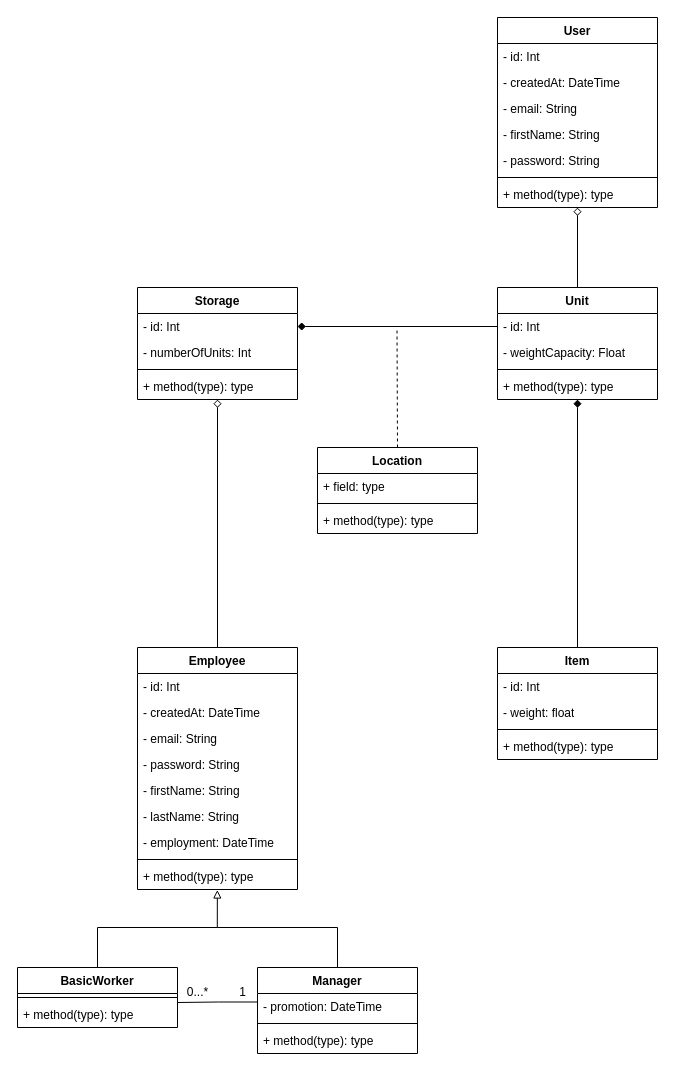
Above: UML.drawio in DimeuWasTaken/SOA (draw.io), before the change. Source tidied: cells renumbered, new cells numbered last; positions are measured from the earlier drawing's top-left corner, leaving out a move shared by most shapes. Both pictures are drawn from the tidied source at 100%, with x=0, y=0 at pixel (17, 17).
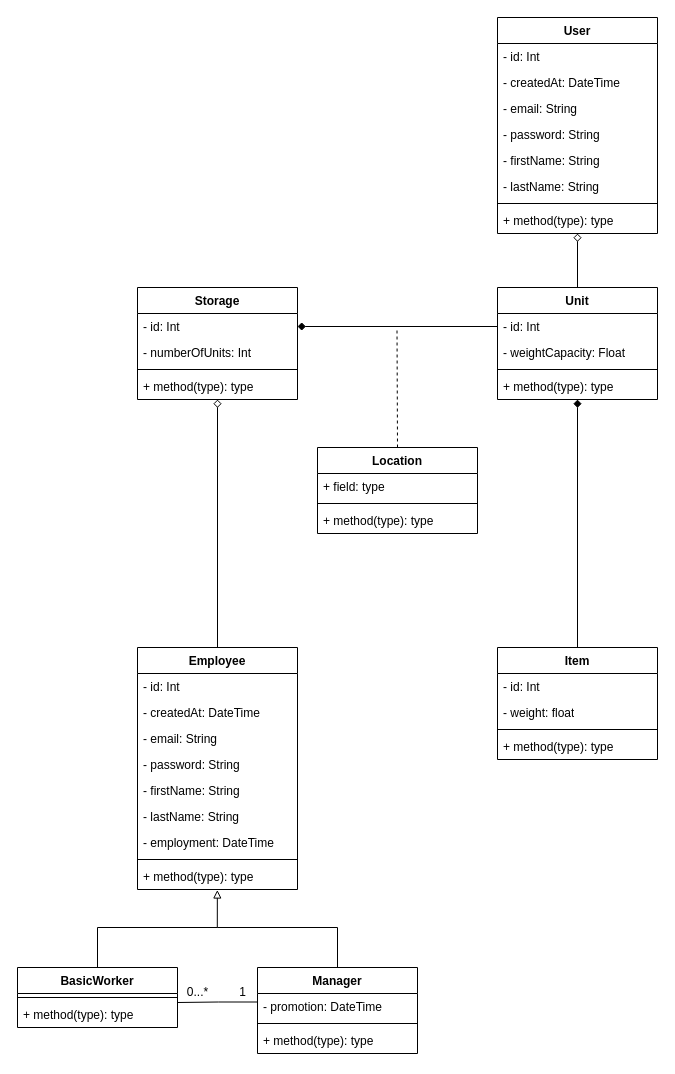
The same diagram, later.

The edit, as a diff of the source:
```diff
@@
     <mxCell id="8" value="User&lt;br&gt;" style="swimlane;fontStyle=1;align=center;verticalAlign=top;horizontal=1;startSize=26;whiteSpace=wrap;html=1;" parent="1" vertex="1">
-      <mxGeometry x="480" width="160" height="190" as="geometry" />
+      <mxGeometry x="480" width="160" height="216" as="geometry" />
     </mxCell>
@@
+    <mxCell id="13" value="- password: String" style="text;strokeColor=none;fillColor=none;align=left;verticalAlign=top;spacingLeft=4;spacingRight=4;overflow=hidden;whiteSpace=wrap;html=1;" parent="8" vertex="1">
+      <mxGeometry y="104" width="160" height="26" as="geometry" />
+    </mxCell>
     <mxCell id="12" value="- firstName: String" style="text;strokeColor=none;fillColor=none;align=left;verticalAlign=top;spacingLeft=4;spacingRight=4;overflow=hidden;whiteSpace=wrap;html=1;" parent="8" vertex="1">
-      <mxGeometry y="104" width="160" height="26" as="geometry" />
+      <mxGeometry y="130" width="160" height="26" as="geometry" />
     </mxCell>
-    <mxCell id="13" value="- password: String" style="text;strokeColor=none;fillColor=none;align=left;verticalAlign=top;spacingLeft=4;spacingRight=4;overflow=hidden;whiteSpace=wrap;html=1;" parent="8" vertex="1">
-      <mxGeometry y="130" width="160" height="26" as="geometry" />
-    </mxCell>
+    <mxCell id="56" value="- lastName: String" style="text;strokeColor=none;fillColor=none;align=left;verticalAlign=top;spacingLeft=4;spacingRight=4;overflow=hidden;whiteSpace=wrap;html=1;" parent="8" vertex="1">
+      <mxGeometry y="156" width="160" height="26" as="geometry" />
+    </mxCell>
     <mxCell id="14" style="line;strokeWidth=1;fillColor=none;align=left;verticalAlign=middle;spacingTop=-1;spacingLeft=3;spacingRight=3;labelPosition=right;strokeColor=inherit;" parent="8" vertex="1">
-      <mxGeometry y="156" width="160" height="8" as="geometry" />
+      <mxGeometry y="182" width="160" height="8" as="geometry" />
     </mxCell>
     <mxCell id="15" value="+ method(type): type" style="text;strokeColor=none;fillColor=none;align=left;verticalAlign=top;spacingLeft=4;spacingRight=4;overflow=hidden;whiteSpace=wrap;html=1;" parent="8" vertex="1">
-      <mxGeometry y="164" width="160" height="26" as="geometry" />
+      <mxGeometry y="190" width="160" height="26" as="geometry" />
     </mxCell>
```
